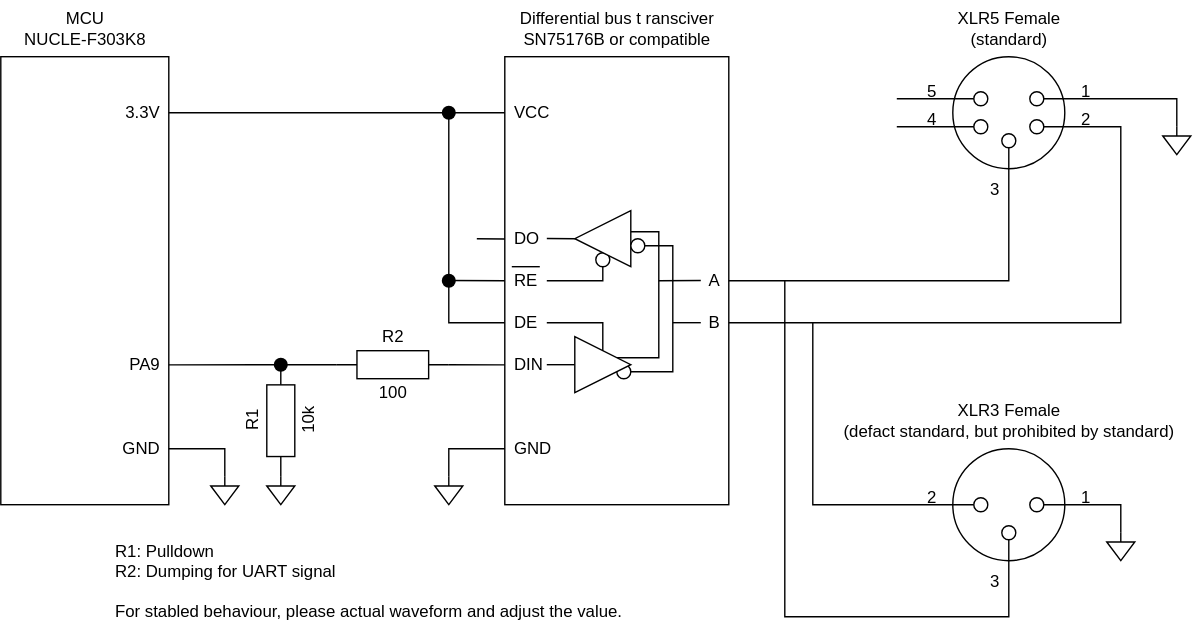
The draw.io diagram designs/device-circuit.drawio.svg in aKuad/web-dmx, before a commit. Source tidied: cells renumbered, new cells last; positions are measured from the earlier drawing's top-left corner, leaving out a move shared by most shapes.
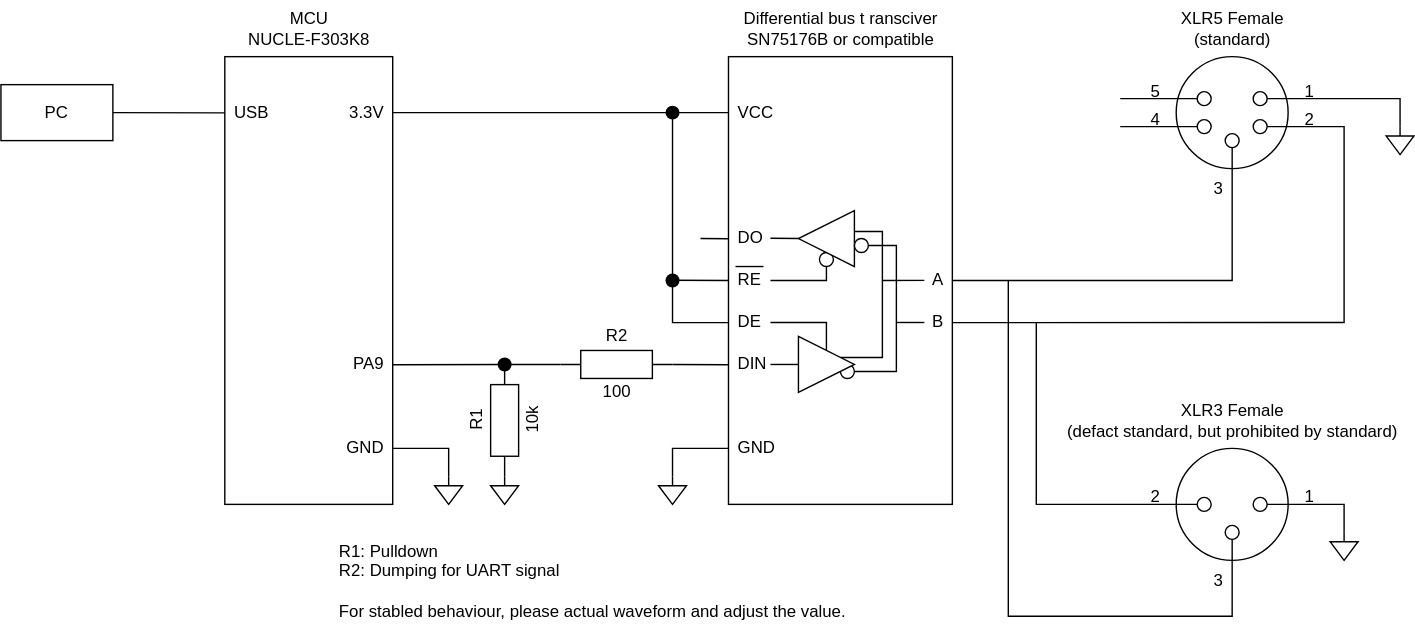
The same diagram one commit later.

Commit message:
Mod: Indicate PC connection at circuit diagram

The edit, as a diff of the source:
```diff
@@ -2,7 +2,7 @@
   <root>
     <mxCell id="0" />
     <mxCell id="1" parent="0" />
-    <mxCell id="2" style="whiteSpace=wrap;html=1;" parent="1" vertex="1">
+    <mxCell id="2" style="whiteSpace=wrap;html=1;fillColor=none;" parent="1" vertex="1">
       <mxGeometry y="40" width="120" height="320" as="geometry" />
     </mxCell>
     <mxCell id="3" style="ellipse;whiteSpace=wrap;html=1;" parent="1" vertex="1">
@@ -329,5 +329,16 @@
     <mxCell id="81" value="R1: Pulldown&lt;div&gt;R2: Dumping for UART signal&lt;/div&gt;&lt;div&gt;&lt;br&gt;&lt;/div&gt;&lt;div&gt;For stabled behaviour, please actual waveform and adjust the value.&lt;/div&gt;" style="text;html=1;align=left;verticalAlign=top;strokeColor=none;fillColor=none;rotation=0;" parent="1" vertex="1">
       <mxGeometry x="80" y="380" width="390" height="70" as="geometry" />
     </mxCell>
+    <mxCell id="82" value="PC" style="whiteSpace=wrap;html=1;fillColor=none;" parent="1" vertex="1">
+      <mxGeometry x="-160" y="60" width="80" height="40" as="geometry" />
+    </mxCell>
+    <mxCell id="83" style="edgeStyle=none;html=1;exitX=1;exitY=0.5;exitDx=0;exitDy=0;endArrow=none;endFill=0;entryX=0;entryY=0.063;entryDx=0;entryDy=0;entryPerimeter=0;" parent="1" edge="1" source="82">
+      <mxGeometry relative="1" as="geometry">
+        <mxPoint y="80.2" as="targetPoint" />
+      </mxGeometry>
+    </mxCell>
+    <mxCell id="84" value="USB" style="text;html=1;align=left;verticalAlign=middle;strokeColor=none;fillColor=none;" parent="1" vertex="1">
+      <mxGeometry x="5" y="65" width="50" height="30" as="geometry" />
+    </mxCell>
   </root>
 </mxGraphModel>
```
